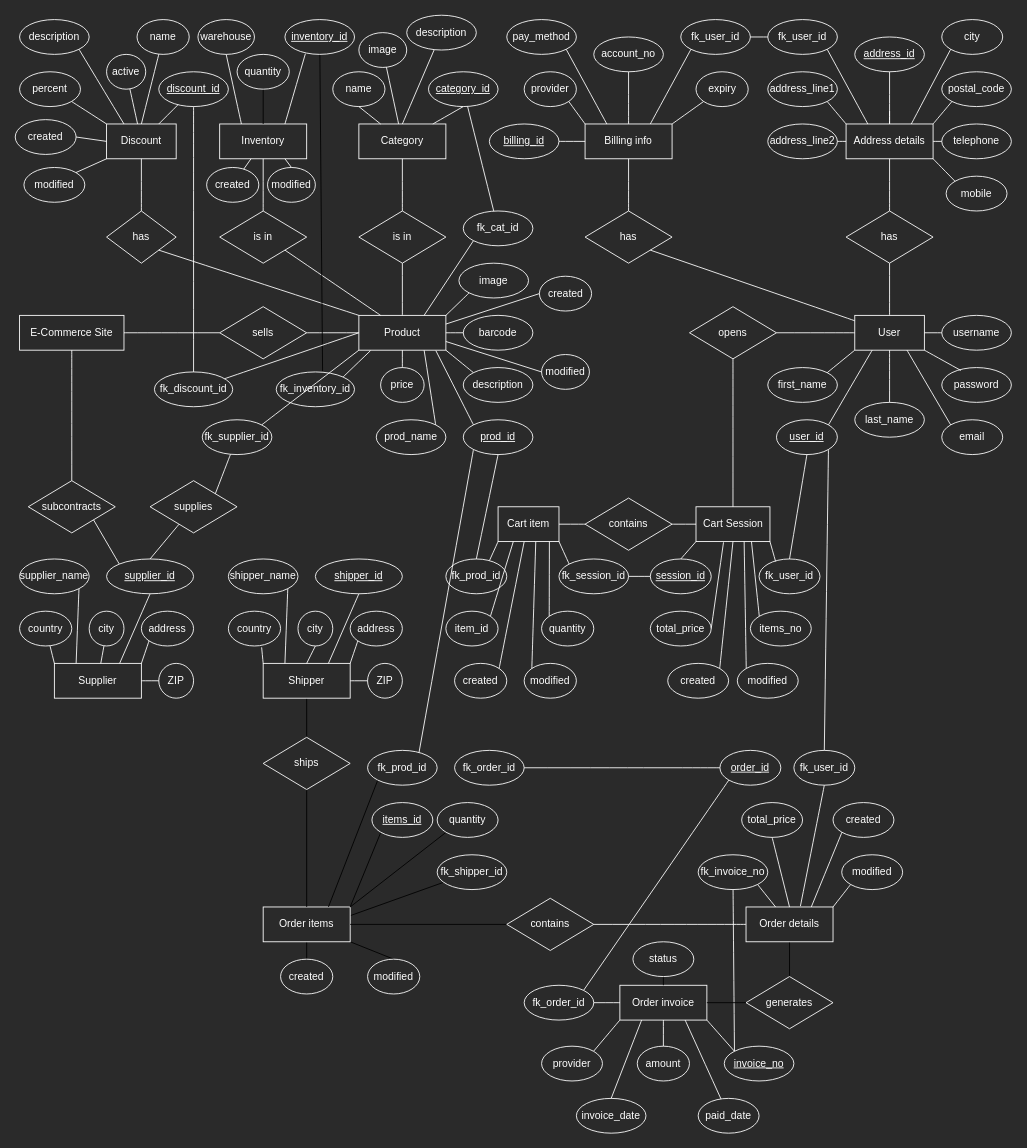
Before: page "ER Diagram" (2 of 4) of diagrams/famazon.drawio in PCSedlaczek/BE15_CR9_Sedlaczek, a draw.io diagram. Source tidied: cells renumbered, new cells numbered last; positions are measured from the earlier drawing's top-left corner, leaving out a move shared by most shapes. Both pictures are drawn from the tidied source at 87%, with x=0, y=0 at pixel (15, 15).
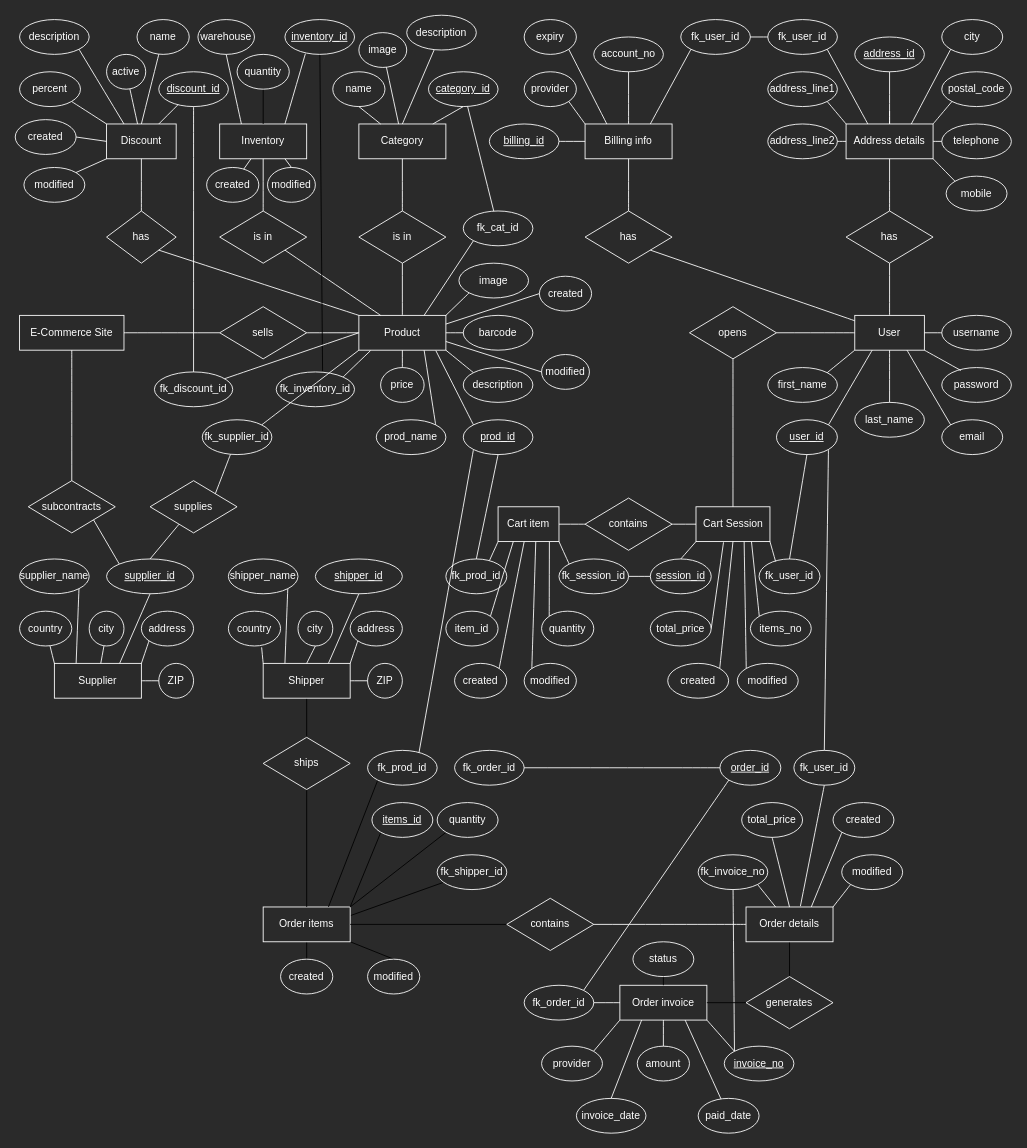
The same diagram, later.

Unchanged cells that the change refers to:
```xml
<mxCell id="39" value="Billing info" style="whiteSpace=wrap;html=1;align=center;labelBackgroundColor=none;fontColor=#FFFFFF;strokeColor=#FFFFFF;strokeWidth=1;fillColor=none;" parent="1" vertex="1">
  <mxGeometry x="655" y="125" width="100" height="40" as="geometry" />
</mxCell>
```

Change to the diagram source:
```diff
@@
-    <mxCell id="35" style="edgeStyle=none;curved=1;html=1;exitX=1;exitY=0;exitDx=0;exitDy=0;entryX=0;entryY=1;entryDx=0;entryDy=0;fontColor=#FFFFFF;endArrow=none;endFill=0;strokeColor=#FFFFFF;" parent="1" edge="1" source="39" target="50">
-      <mxGeometry relative="1" as="geometry" />
-    </mxCell>
@@
-    <mxCell id="47" value="pay_method" style="ellipse;whiteSpace=wrap;html=1;align=center;labelBackgroundColor=none;fontColor=#FFFFFF;strokeColor=#FFFFFF;strokeWidth=1;fillColor=none;" parent="1" vertex="1">
-      <mxGeometry x="565" y="5" width="80" height="40" as="geometry" />
+    <mxCell id="47" value="expiry" style="ellipse;whiteSpace=wrap;html=1;align=center;labelBackgroundColor=none;fontColor=#FFFFFF;strokeColor=#FFFFFF;strokeWidth=1;fillColor=none;" parent="1" vertex="1">
+      <mxGeometry x="585" y="5" width="60" height="40" as="geometry" />
     </mxCell>
@@
-    <mxCell id="50" value="expiry" style="ellipse;whiteSpace=wrap;html=1;align=center;labelBackgroundColor=none;fontColor=#FFFFFF;strokeColor=#FFFFFF;strokeWidth=1;fillColor=none;" parent="1" vertex="1">
-      <mxGeometry x="782.5" y="65" width="60" height="40" as="geometry" />
-    </mxCell>
```
